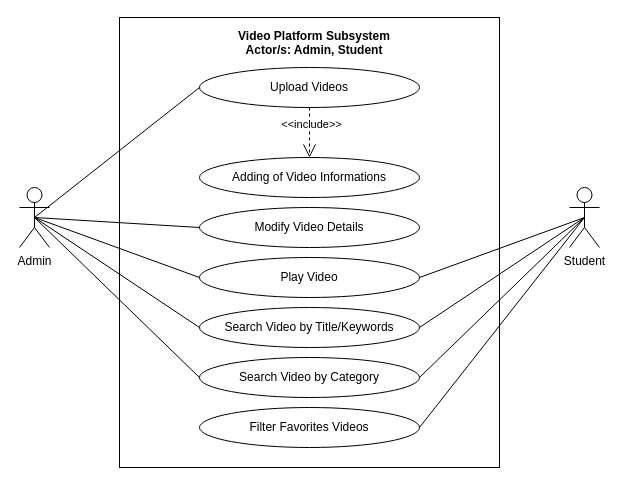
mrklglsn/CAPSTONE-FILES keeps this draw.io diagram as page "VSS" (4 of 7) of REVISIONS/UML-DIAGRAMS/6-9-2021/USE CASE/use case.drawio. Above is the earlier version. Source tidied: cells renumbered, new cells numbered last; positions are measured from the earlier drawing's top-left corner, leaving out a move shared by most shapes. Both pictures are drawn from the tidied source at 100%, with x=0, y=0 at pixel (19, 17).
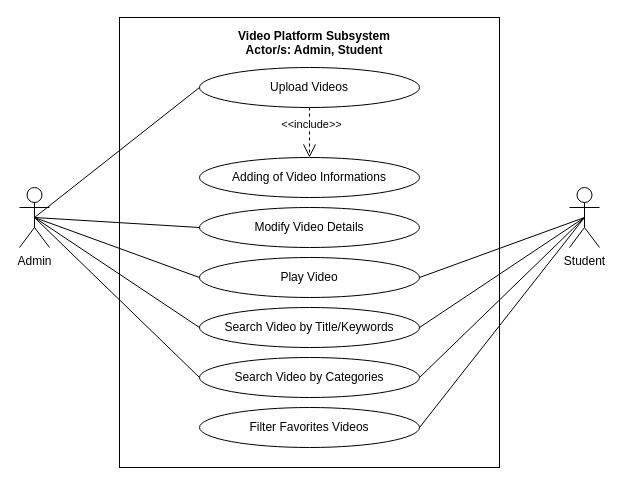
Above is the later version.

The edit, as a diff of the source:
```diff
@@
-    <mxCell id="22" value="Search Video by Category" style="ellipse;whiteSpace=wrap;html=1;fillColor=none;" parent="1" vertex="1">
+    <mxCell id="22" value="Search Video by Categories" style="ellipse;whiteSpace=wrap;html=1;fillColor=none;" parent="1" vertex="1">
       <mxGeometry x="180" y="340" width="220" height="40" as="geometry" />
     </mxCell>
```
